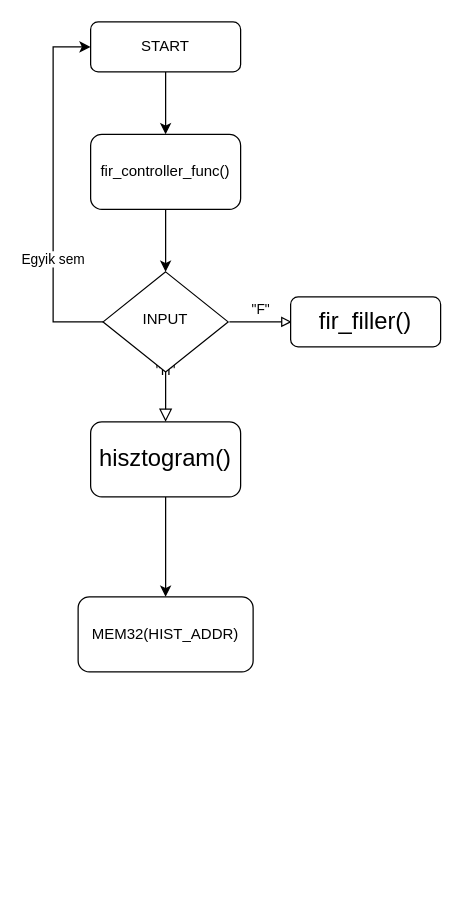
Before: Megnevezetlen diagram.drawio in lecsaaa/lecsaaa, a draw.io diagram. Source tidied: cells renumbered, new cells numbered last; positions are measured from the earlier drawing's top-left corner, leaving out a move shared by most shapes. Both pictures are drawn from the tidied source at 125%, with x=0, y=0 at pixel (52, 21).
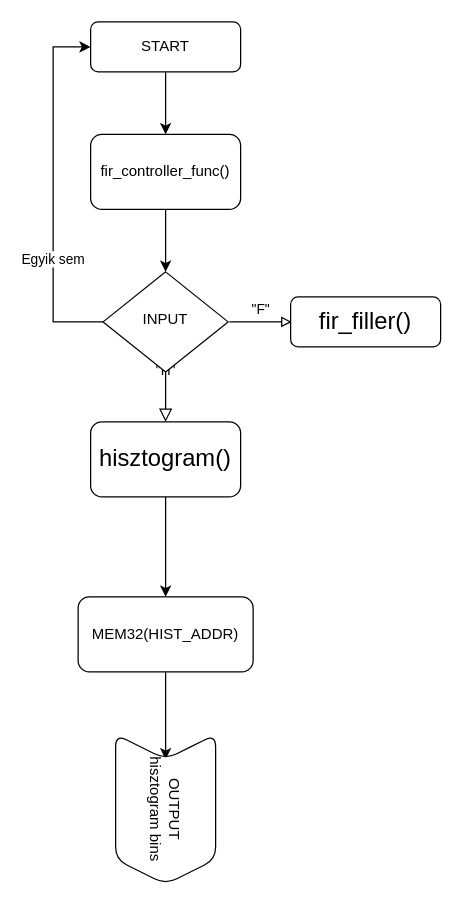
The same page after the edit.

The change refers to these unchanged cells:
```xml
<mxCell id="11" value="MEM32(HIST_ADDR)" style="rounded=1;whiteSpace=wrap;html=1;" parent="1" vertex="1">
  <mxGeometry x="20" y="460" width="140" height="60" as="geometry" />
</mxCell>
```

The edit, as a diff of the source:
```diff
@@
+    <mxCell id="14" style="edgeStyle=orthogonalEdgeStyle;rounded=0;jettySize=auto;html=1;" parent="1" edge="1" source="11" target="15">
+      <mxGeometry relative="1" as="geometry" />
+    </mxCell>
@@
+    <mxCell id="15" value="OUTPUT&lt;br&gt;hisztogram bins" style="shape=step;perimeter=stepPerimeter;whiteSpace=wrap;html=1;fixedSize=1;rounded=1;rotation=90;" parent="1" vertex="1">
+      <mxGeometry x="30" y="590" width="120" height="80" as="geometry" />
+    </mxCell>
```
